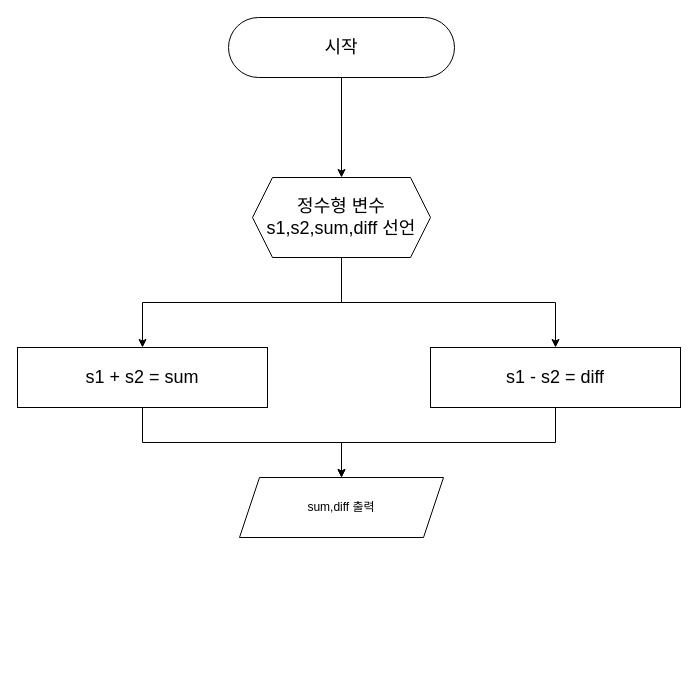
Earlier version of the draw.io diagram 제목 없는 다이어그램.drawio (slskdu/HTML). Source tidied: cells renumbered, new cells numbered last; positions are measured from the earlier drawing's top-left corner, leaving out a move shared by most shapes. Both pictures are drawn from the tidied source at 100%, with x=0, y=0 at pixel (17, 17).
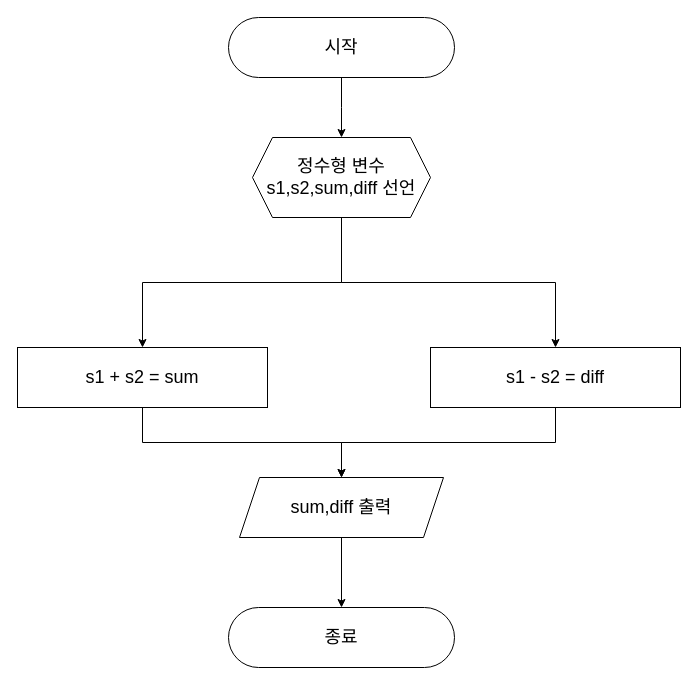
The same page after the edit.

What changed in the source:
```diff
@@
 <mxGraphModel>
   <root>
     <mxCell id="0" />
     <mxCell id="1" parent="0" />
-    <mxCell id="2" style="edgeStyle=orthogonalEdgeStyle;rounded=0;jettySize=auto;html=1;fontSize=18;" parent="1" edge="1" source="3" target="6">
-      <mxGeometry relative="1" as="geometry" />
+    <mxCell id="2" style="edgeStyle=orthogonalEdgeStyle;rounded=0;jettySize=auto;html=1;fontSize=18;" parent="1" edge="1" source="3">
+      <mxGeometry relative="1" as="geometry">
+        <mxPoint x="324" y="120" as="targetPoint" />
+      </mxGeometry>
     </mxCell>
     <mxCell id="3" value="시작" style="rounded=1;whiteSpace=wrap;html=1;arcSize=50;fontSize=18;" parent="1" vertex="1">
       <mxGeometry x="211" width="226" height="60" as="geometry" />
     </mxCell>
     <mxCell id="4" style="edgeStyle=orthogonalEdgeStyle;rounded=0;jettySize=auto;html=1;entryX=0.5;entryY=0;entryDx=0;entryDy=0;exitX=0.5;exitY=1;exitDx=0;exitDy=0;fontSize=18;" parent="1" edge="1" source="6" target="8">
       <mxGeometry relative="1" as="geometry" />
     </mxCell>
     <mxCell id="5" style="edgeStyle=orthogonalEdgeStyle;rounded=0;jettySize=auto;html=1;fontSize=18;" parent="1" edge="1" source="6" target="10">
       <mxGeometry relative="1" as="geometry" />
     </mxCell>
     <mxCell id="6" value="정수형 변수 s1,s2,sum,diff 선언" style="shape=hexagon;perimeter=hexagonPerimeter2;whiteSpace=wrap;html=1;fixedSize=1;fontSize=18;" parent="1" vertex="1">
-      <mxGeometry x="235" y="160" width="178" height="80" as="geometry" />
+      <mxGeometry x="235" y="120" width="178" height="80" as="geometry" />
     </mxCell>
     <mxCell id="7" style="edgeStyle=orthogonalEdgeStyle;rounded=0;jettySize=auto;html=1;entryX=0.5;entryY=0;entryDx=0;entryDy=0;" parent="1" edge="1" source="8" target="11">
       <mxGeometry relative="1" as="geometry" />
     </mxCell>
     <mxCell id="8" value="s1 + s2 = sum" style="rounded=0;whiteSpace=wrap;html=1;fontSize=18;" parent="1" vertex="1">
       <mxGeometry y="330" width="250" height="60" as="geometry" />
     </mxCell>
     <mxCell id="9" style="edgeStyle=orthogonalEdgeStyle;rounded=0;jettySize=auto;html=1;entryX=0.5;entryY=0;entryDx=0;entryDy=0;" parent="1" edge="1" source="10" target="11">
       <mxGeometry relative="1" as="geometry" />
     </mxCell>
     <mxCell id="10" value="s1 - s2 = diff" style="rounded=0;whiteSpace=wrap;html=1;fontSize=18;" parent="1" vertex="1">
       <mxGeometry x="413" y="330" width="250" height="60" as="geometry" />
     </mxCell>
+    <mxCell id="12" style="edgeStyle=orthogonalEdgeStyle;rounded=0;jettySize=auto;html=1;entryX=0.5;entryY=0;entryDx=0;entryDy=0;" parent="1" edge="1" source="11" target="13">
+      <mxGeometry relative="1" as="geometry" />
+    </mxCell>
-    <mxCell id="11" value="sum,diff 출력" style="shape=parallelogram;perimeter=parallelogramPerimeter;whiteSpace=wrap;html=1;fixedSize=1;" parent="1" vertex="1">
+    <mxCell id="11" value="sum,diff 출력" style="shape=parallelogram;perimeter=parallelogramPerimeter;whiteSpace=wrap;html=1;fixedSize=1;fontSize=18;" parent="1" vertex="1">
       <mxGeometry x="222" y="460" width="204" height="60" as="geometry" />
     </mxCell>
+    <mxCell id="13" value="종료" style="rounded=1;whiteSpace=wrap;html=1;arcSize=50;fontSize=18;" parent="1" vertex="1">
+      <mxGeometry x="211" y="590" width="226" height="60" as="geometry" />
+    </mxCell>
   </root>
 </mxGraphModel>
```
